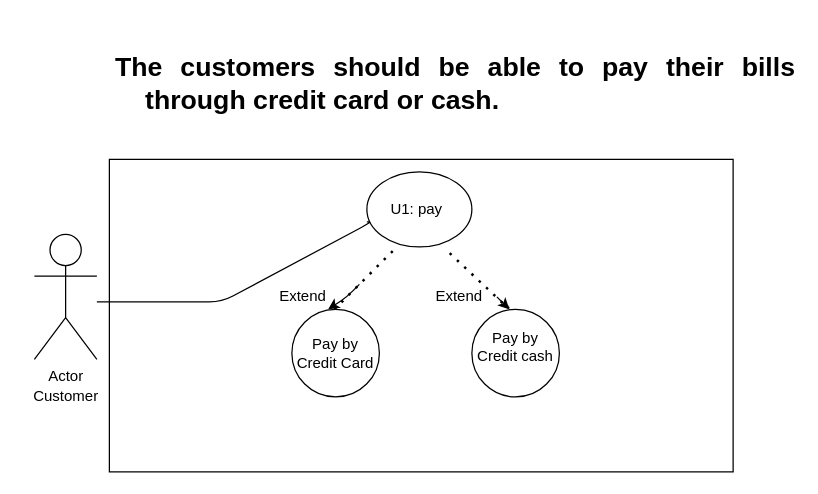
This is Q6Homework.drawio from hadeelsala7/UserCase-HomeWork, a draw.io file, before an edit. Source tidied: cells renumbered, new cells numbered last; positions are measured from the earlier drawing's top-left corner, leaving out a move shared by most shapes. Both pictures are drawn from the tidied source at 125%, with x=0, y=0 at pixel (21, 21).
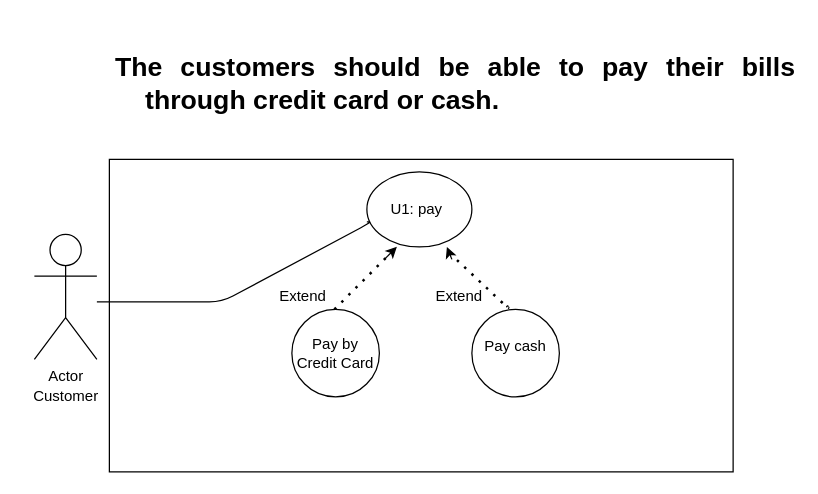
The same diagram, later.

Diff of the diagram source:
```diff
@@
-    <mxCell id="14" value="Pay by Credit cash" style="text;html=1;strokeColor=none;fillColor=none;align=center;verticalAlign=middle;whiteSpace=wrap;rounded=0;" parent="1" vertex="1">
+    <mxCell id="14" value="Pay cash" style="text;html=1;strokeColor=none;fillColor=none;align=center;verticalAlign=middle;whiteSpace=wrap;rounded=0;" parent="1" vertex="1">
       <mxGeometry x="360" y="250" width="70" height="20" as="geometry" />
     </mxCell>
@@
-    <mxCell id="18" style="endArrow=classic;html=1;" parent="1" edge="1">
-      <mxGeometry relative="1" as="geometry">
-        <mxPoint x="270" y="210" as="sourcePoint" />
-        <mxPoint x="245" y="230" as="targetPoint" />
-        <Array as="points">
-          <mxPoint x="260" y="220" />
-        </Array>
-      </mxGeometry>
-    </mxCell>
     <mxCell id="19" style="endArrow=classic;html=1;" parent="1" edge="1">
       <mxGeometry relative="1" as="geometry">
-        <mxPoint x="380" y="220" as="sourcePoint" />
-        <mxPoint x="390" y="230" as="targetPoint" />
-        <Array as="points">
-          <mxPoint x="380" y="220" />
-        </Array>
+        <mxPoint x="344" y="190" as="sourcePoint" />
+        <mxPoint x="340" y="180" as="targetPoint" />
       </mxGeometry>
     </mxCell>
+    <mxCell id="20" style="endArrow=classic;html=1;" parent="1" edge="1">
+      <mxGeometry relative="1" as="geometry">
+        <mxPoint x="290" y="190" as="sourcePoint" />
+        <mxPoint x="300" y="180" as="targetPoint" />
+      </mxGeometry>
+    </mxCell>
```
